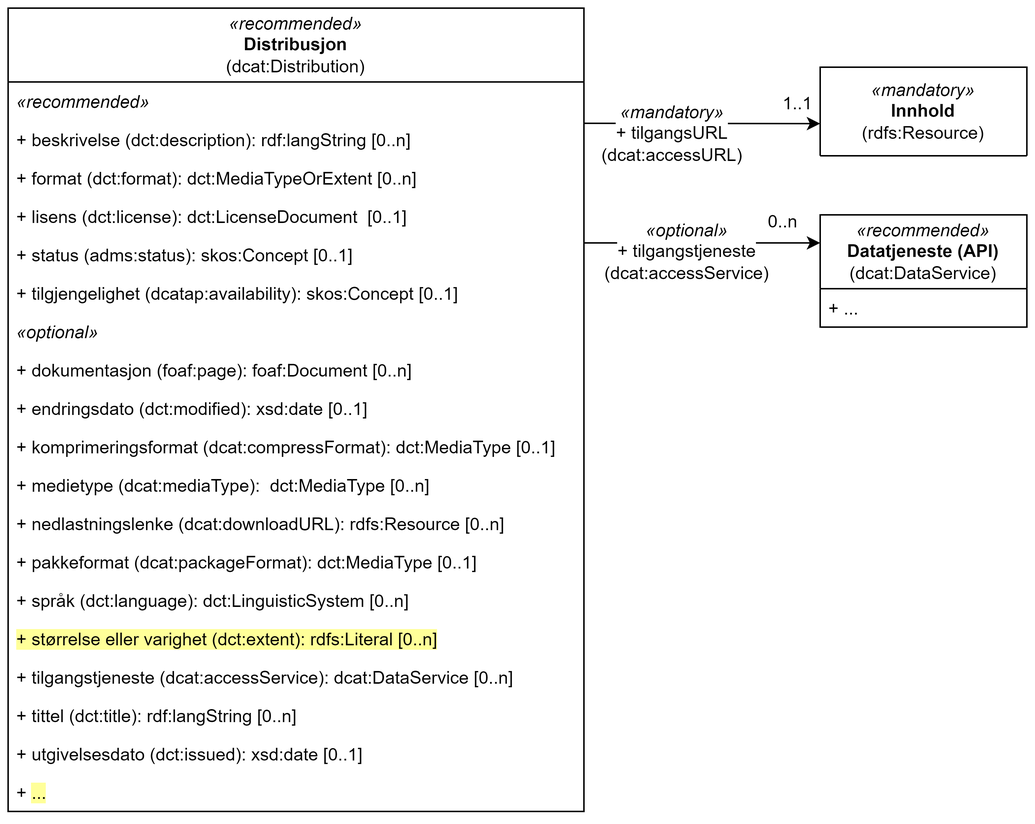
jimjyang/playground keeps this draw.io diagram as cdvno/images/cdvno-distribution.png. Above is the earlier version. Source tidied: cells renumbered, new cells last; positions are measured from the earlier drawing's top-left corner, leaving out a move shared by most shapes.
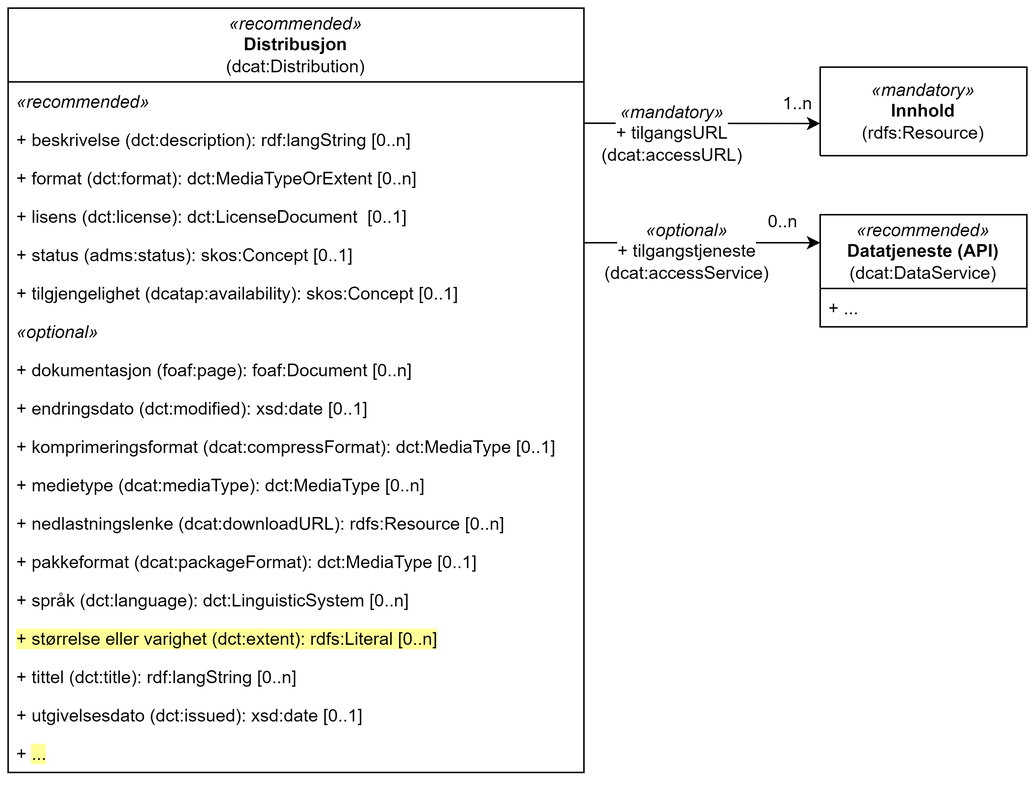
After the change.

The edit, as a diff of the source:
```diff
@@ -6,7 +6,7 @@
       <mxGeometry x="550" y="40" width="140" height="60" as="geometry" />
     </mxCell>
     <mxCell id="3" value="&lt;i style=&quot;border-color: var(--border-color);&quot;&gt;«recommended»&lt;/i&gt;&lt;br style=&quot;border-color: var(--border-color);&quot;&gt;&lt;b style=&quot;border-color: var(--border-color);&quot;&gt;Distribusjon&lt;br style=&quot;border-color: var(--border-color);&quot;&gt;&lt;/b&gt;(dcat:Distribution)" style="swimlane;fontStyle=0;horizontal=1;startSize=50;fillColor=none;whiteSpace=wrap;html=1;" parent="1" vertex="1">
-      <mxGeometry width="390" height="544" as="geometry" />
+      <mxGeometry width="390" height="518" as="geometry" />
     </mxCell>
     <mxCell id="4" value="&lt;i&gt;«recommended»&lt;/i&gt;" style="text;strokeColor=none;fillColor=none;align=left;verticalAlign=top;spacingLeft=4;spacingRight=4;overflow=hidden;whiteSpace=wrap;html=1;" parent="3" vertex="1">
       <mxGeometry y="50" width="390" height="26" as="geometry" />
@@ -38,7 +38,7 @@
     <mxCell id="13" value="+ komprimeringsformat (dcat:compressFormat): dct:MediaType&lt;span style=&quot;background-color: initial;&quot;&gt;&amp;nbsp;[0..1]&lt;/span&gt;" style="text;strokeColor=none;fillColor=none;align=left;verticalAlign=top;spacingLeft=4;spacingRight=4;overflow=hidden;whiteSpace=wrap;html=1;" parent="3" vertex="1">
       <mxGeometry y="284" width="390" height="26" as="geometry" />
     </mxCell>
-    <mxCell id="14" value="+ medietype (dcat:mediaType):&amp;nbsp;&amp;nbsp;dct:MediaType&lt;span style=&quot;background-color: initial;&quot;&gt;&amp;nbsp;[0..n]&lt;/span&gt;" style="text;strokeColor=none;fillColor=none;align=left;verticalAlign=top;spacingLeft=4;spacingRight=4;overflow=hidden;whiteSpace=wrap;html=1;" parent="3" vertex="1">
+    <mxCell id="14" value="+ medietype (dcat:mediaType): dct:MediaType&lt;span style=&quot;background-color: initial;&quot;&gt;&amp;nbsp;[0..n]&lt;/span&gt;" style="text;strokeColor=none;fillColor=none;align=left;verticalAlign=top;spacingLeft=4;spacingRight=4;overflow=hidden;whiteSpace=wrap;html=1;" parent="3" vertex="1">
       <mxGeometry y="310" width="390" height="26" as="geometry" />
     </mxCell>
     <mxCell id="15" value="+ nedlastningslenke (dcat:downloadURL):&amp;nbsp;&lt;span style=&quot;text-align: center;&quot;&gt;rdfs:Resource&lt;/span&gt;&lt;span style=&quot;background-color: initial;&quot;&gt;&amp;nbsp;[0..n]&lt;/span&gt;" style="text;strokeColor=none;fillColor=none;align=left;verticalAlign=top;spacingLeft=4;spacingRight=4;overflow=hidden;whiteSpace=wrap;html=1;" parent="3" vertex="1">
@@ -53,17 +53,14 @@
     <mxCell id="18" value="&lt;span style=&quot;background-color: rgb(255, 255, 153);&quot;&gt;+ størrelse eller varighet (dct:extent): rdfs:Literal [0..n]&lt;/span&gt;" style="text;strokeColor=none;fillColor=none;align=left;verticalAlign=top;spacingLeft=4;spacingRight=4;overflow=hidden;whiteSpace=wrap;html=1;" parent="3" vertex="1">
       <mxGeometry y="414" width="390" height="26" as="geometry" />
     </mxCell>
-    <mxCell id="19" value="+ tilgangstjeneste (dcat:accessService)&lt;span style=&quot;background-color: initial;&quot;&gt;: dcat:DataService&amp;nbsp;[0..n]&lt;/span&gt;" style="text;strokeColor=none;fillColor=none;align=left;verticalAlign=top;spacingLeft=4;spacingRight=4;overflow=hidden;whiteSpace=wrap;html=1;" parent="3" vertex="1">
-      <mxGeometry y="440" width="390" height="26" as="geometry" />
-    </mxCell>
     <mxCell id="20" value="+ tittel (dct:title)&lt;span style=&quot;background-color: initial;&quot;&gt;: rdf:langString [0..n]&lt;/span&gt;" style="text;strokeColor=none;fillColor=none;align=left;verticalAlign=top;spacingLeft=4;spacingRight=4;overflow=hidden;whiteSpace=wrap;html=1;" parent="3" vertex="1">
-      <mxGeometry y="466" width="390" height="26" as="geometry" />
+      <mxGeometry y="440" width="390" height="26" as="geometry" />
     </mxCell>
     <mxCell id="21" value="+ utgivelsesdato (dct:issued)&lt;span style=&quot;background-color: initial;&quot;&gt;:&amp;nbsp;&lt;/span&gt;xsd:date [0..1]" style="text;strokeColor=none;fillColor=none;align=left;verticalAlign=top;spacingLeft=4;spacingRight=4;overflow=hidden;whiteSpace=wrap;html=1;" parent="3" vertex="1">
-      <mxGeometry y="492" width="390" height="26" as="geometry" />
+      <mxGeometry y="466" width="390" height="26" as="geometry" />
     </mxCell>
     <mxCell id="22" value="+ &lt;span style=&quot;background-color: rgb(255, 255, 153);&quot;&gt;...&lt;/span&gt;" style="text;strokeColor=none;fillColor=none;align=left;verticalAlign=top;spacingLeft=4;spacingRight=4;overflow=hidden;whiteSpace=wrap;html=1;" parent="3" vertex="1">
-      <mxGeometry y="518" width="390" height="26" as="geometry" />
+      <mxGeometry y="492" width="390" height="26" as="geometry" />
     </mxCell>
     <mxCell id="23" value="&lt;i style=&quot;border-color: var(--border-color);&quot;&gt;«recommended»&lt;/i&gt;&lt;br style=&quot;border-color: var(--border-color);&quot;&gt;&lt;b style=&quot;border-color: var(--border-color);&quot;&gt;Datatjeneste (API)&lt;br style=&quot;border-color: var(--border-color);&quot;&gt;&lt;/b&gt;(dcat:DataService)" style="swimlane;fontStyle=0;horizontal=1;startSize=50;fillColor=none;whiteSpace=wrap;html=1;" parent="1" vertex="1">
       <mxGeometry x="550" y="140" width="140" height="76" as="geometry" />
@@ -76,7 +73,7 @@
         <mxPoint x="390" y="78" as="sourcePoint" />
       </mxGeometry>
     </mxCell>
-    <mxCell id="26" value="1..1" style="text;html=1;strokeColor=none;fillColor=none;align=center;verticalAlign=middle;whiteSpace=wrap;rounded=0;" parent="1" vertex="1">
+    <mxCell id="26" value="1..n" style="text;html=1;strokeColor=none;fillColor=none;align=center;verticalAlign=middle;whiteSpace=wrap;rounded=0;" parent="1" vertex="1">
       <mxGeometry x="520" y="50" width="30" height="30" as="geometry" />
     </mxCell>
     <mxCell id="27" value="&lt;span style=&quot;background-color: rgb(255, 255, 255);&quot;&gt;&lt;i style=&quot;border-color: var(--border-color);&quot;&gt;«mandatory»&lt;br&gt;&lt;/i&gt;+ tilgangsURL&lt;br&gt;(dcat:accessURL)&lt;/span&gt;" style="text;html=1;strokeColor=none;fillColor=none;align=center;verticalAlign=middle;whiteSpace=wrap;rounded=0;" parent="1" vertex="1">
```
